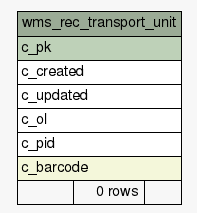
Above: schemaspy/diagrams/summary/wms_rec_transport_unit.1degree.png in openwms/org.openwms.wms.receiving.lib (Graphviz), before the change. Its source is kept beside it as schemaspy/diagrams/summary/wms_rec_transport_unit.1degree.dot. Its diagram source:
```dot
digraph "wms_rec_transport_unit" {
  graph [
    rankdir="RL"
    bgcolor="#f7f7f7"
    nodesep="0.18"
    ranksep="0.46"
    fontname="Helvetica"
    fontsize="11"
  ];
  node [
    fontname="Helvetica"
    fontsize="11"
    shape="plaintext"
  ];
  edge [
    arrowsize="0.8"
  ];
  "wms_rec_transport_unit" [
    label=<
    <TABLE BORDER="0" CELLBORDER="1" CELLSPACING="0" BGCOLOR="#ffffff">
      <TR><TD COLSPAN="3" BGCOLOR="#9bab96" ALIGN="CENTER">wms_rec_transport_unit</TD></TR>
      <TR><TD PORT="c_pk" COLSPAN="3" BGCOLOR="#bed1b8" ALIGN="LEFT">c_pk</TD></TR>
      <TR><TD PORT="c_created" COLSPAN="3" ALIGN="LEFT">c_created</TD></TR>
      <TR><TD PORT="c_updated" COLSPAN="3" ALIGN="LEFT">c_updated</TD></TR>
      <TR><TD PORT="c_ol" COLSPAN="3" ALIGN="LEFT">c_ol</TD></TR>
      <TR><TD PORT="c_pid" COLSPAN="3" ALIGN="LEFT">c_pid</TD></TR>
      <TR><TD PORT="c_barcode" COLSPAN="3" BGCOLOR="#f4f7da" ALIGN="LEFT">c_barcode</TD></TR>
      <TR><TD ALIGN="LEFT" BGCOLOR="#f7f7f7">  </TD><TD ALIGN="RIGHT" BGCOLOR="#f7f7f7">0 rows</TD><TD ALIGN="RIGHT" BGCOLOR="#f7f7f7">  </TD></TR>
    </TABLE>>
    URL="tables/wms_rec_transport_unit.html"
    tooltip="wms_rec_transport_unit"
  ];
}
```
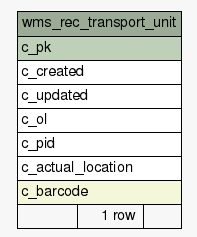
After the change.

What changed in the source:
```diff
@@ -24,8 +24,9 @@
       <TR><TD PORT="c_updated" COLSPAN="3" ALIGN="LEFT">c_updated</TD></TR>
       <TR><TD PORT="c_ol" COLSPAN="3" ALIGN="LEFT">c_ol</TD></TR>
       <TR><TD PORT="c_pid" COLSPAN="3" ALIGN="LEFT">c_pid</TD></TR>
+      <TR><TD PORT="c_actual_location" COLSPAN="3" ALIGN="LEFT">c_actual_location</TD></TR>
       <TR><TD PORT="c_barcode" COLSPAN="3" BGCOLOR="#f4f7da" ALIGN="LEFT">c_barcode</TD></TR>
-      <TR><TD ALIGN="LEFT" BGCOLOR="#f7f7f7">  </TD><TD ALIGN="RIGHT" BGCOLOR="#f7f7f7">0 rows</TD><TD ALIGN="RIGHT" BGCOLOR="#f7f7f7">  </TD></TR>
+      <TR><TD ALIGN="LEFT" BGCOLOR="#f7f7f7">  </TD><TD ALIGN="RIGHT" BGCOLOR="#f7f7f7">1 row</TD><TD ALIGN="RIGHT" BGCOLOR="#f7f7f7">  </TD></TR>
     </TABLE>>
     URL="tables/wms_rec_transport_unit.html"
     tooltip="wms_rec_transport_unit"
```
